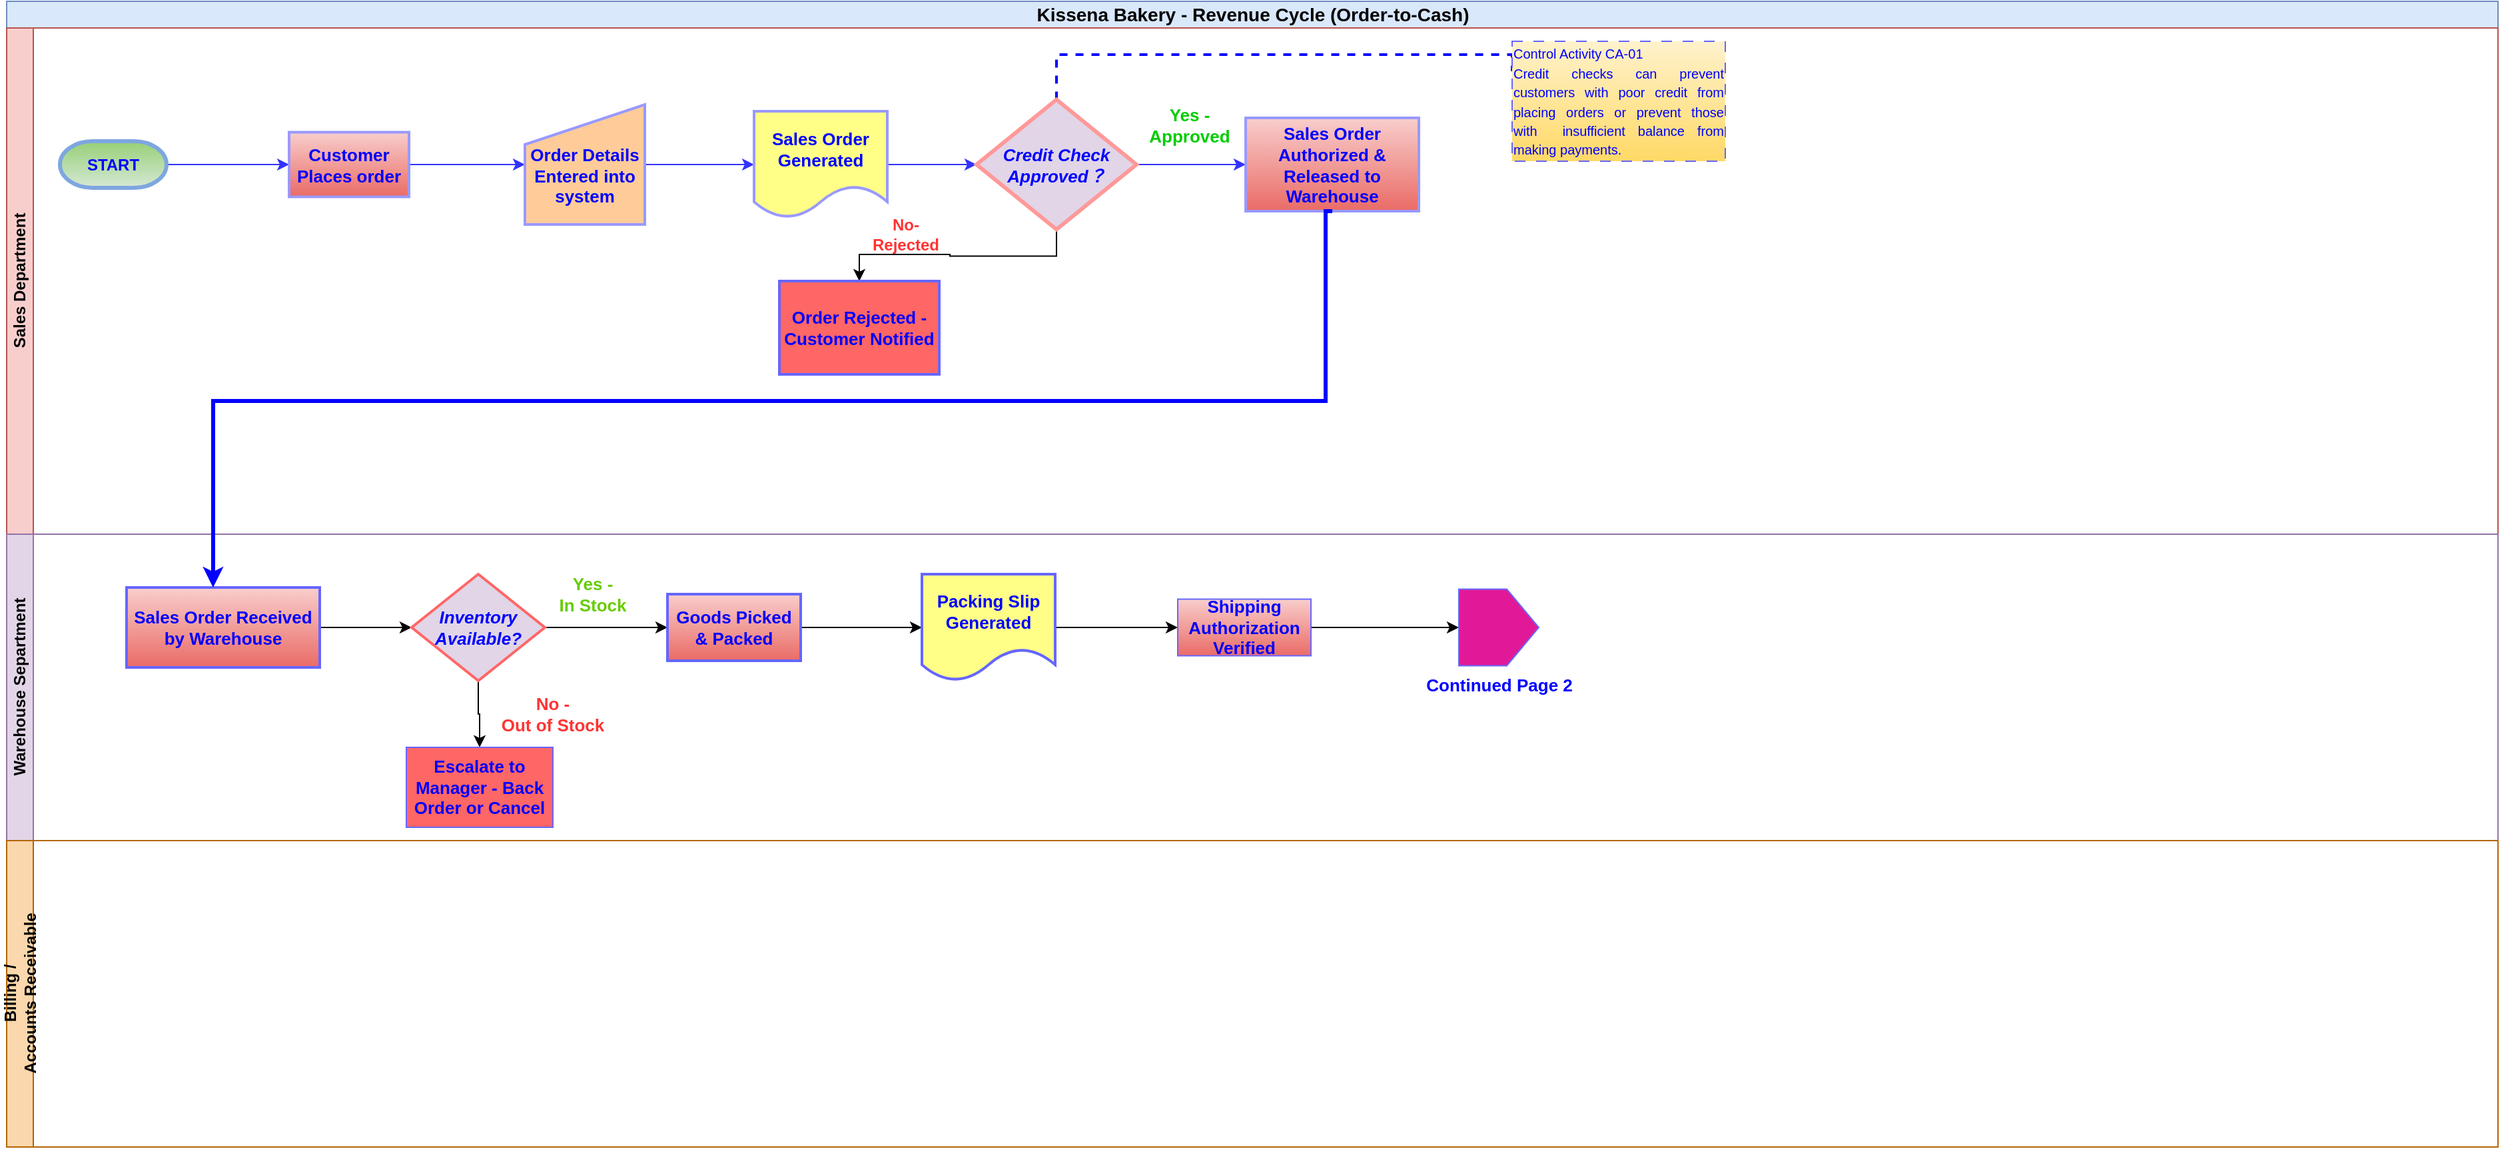
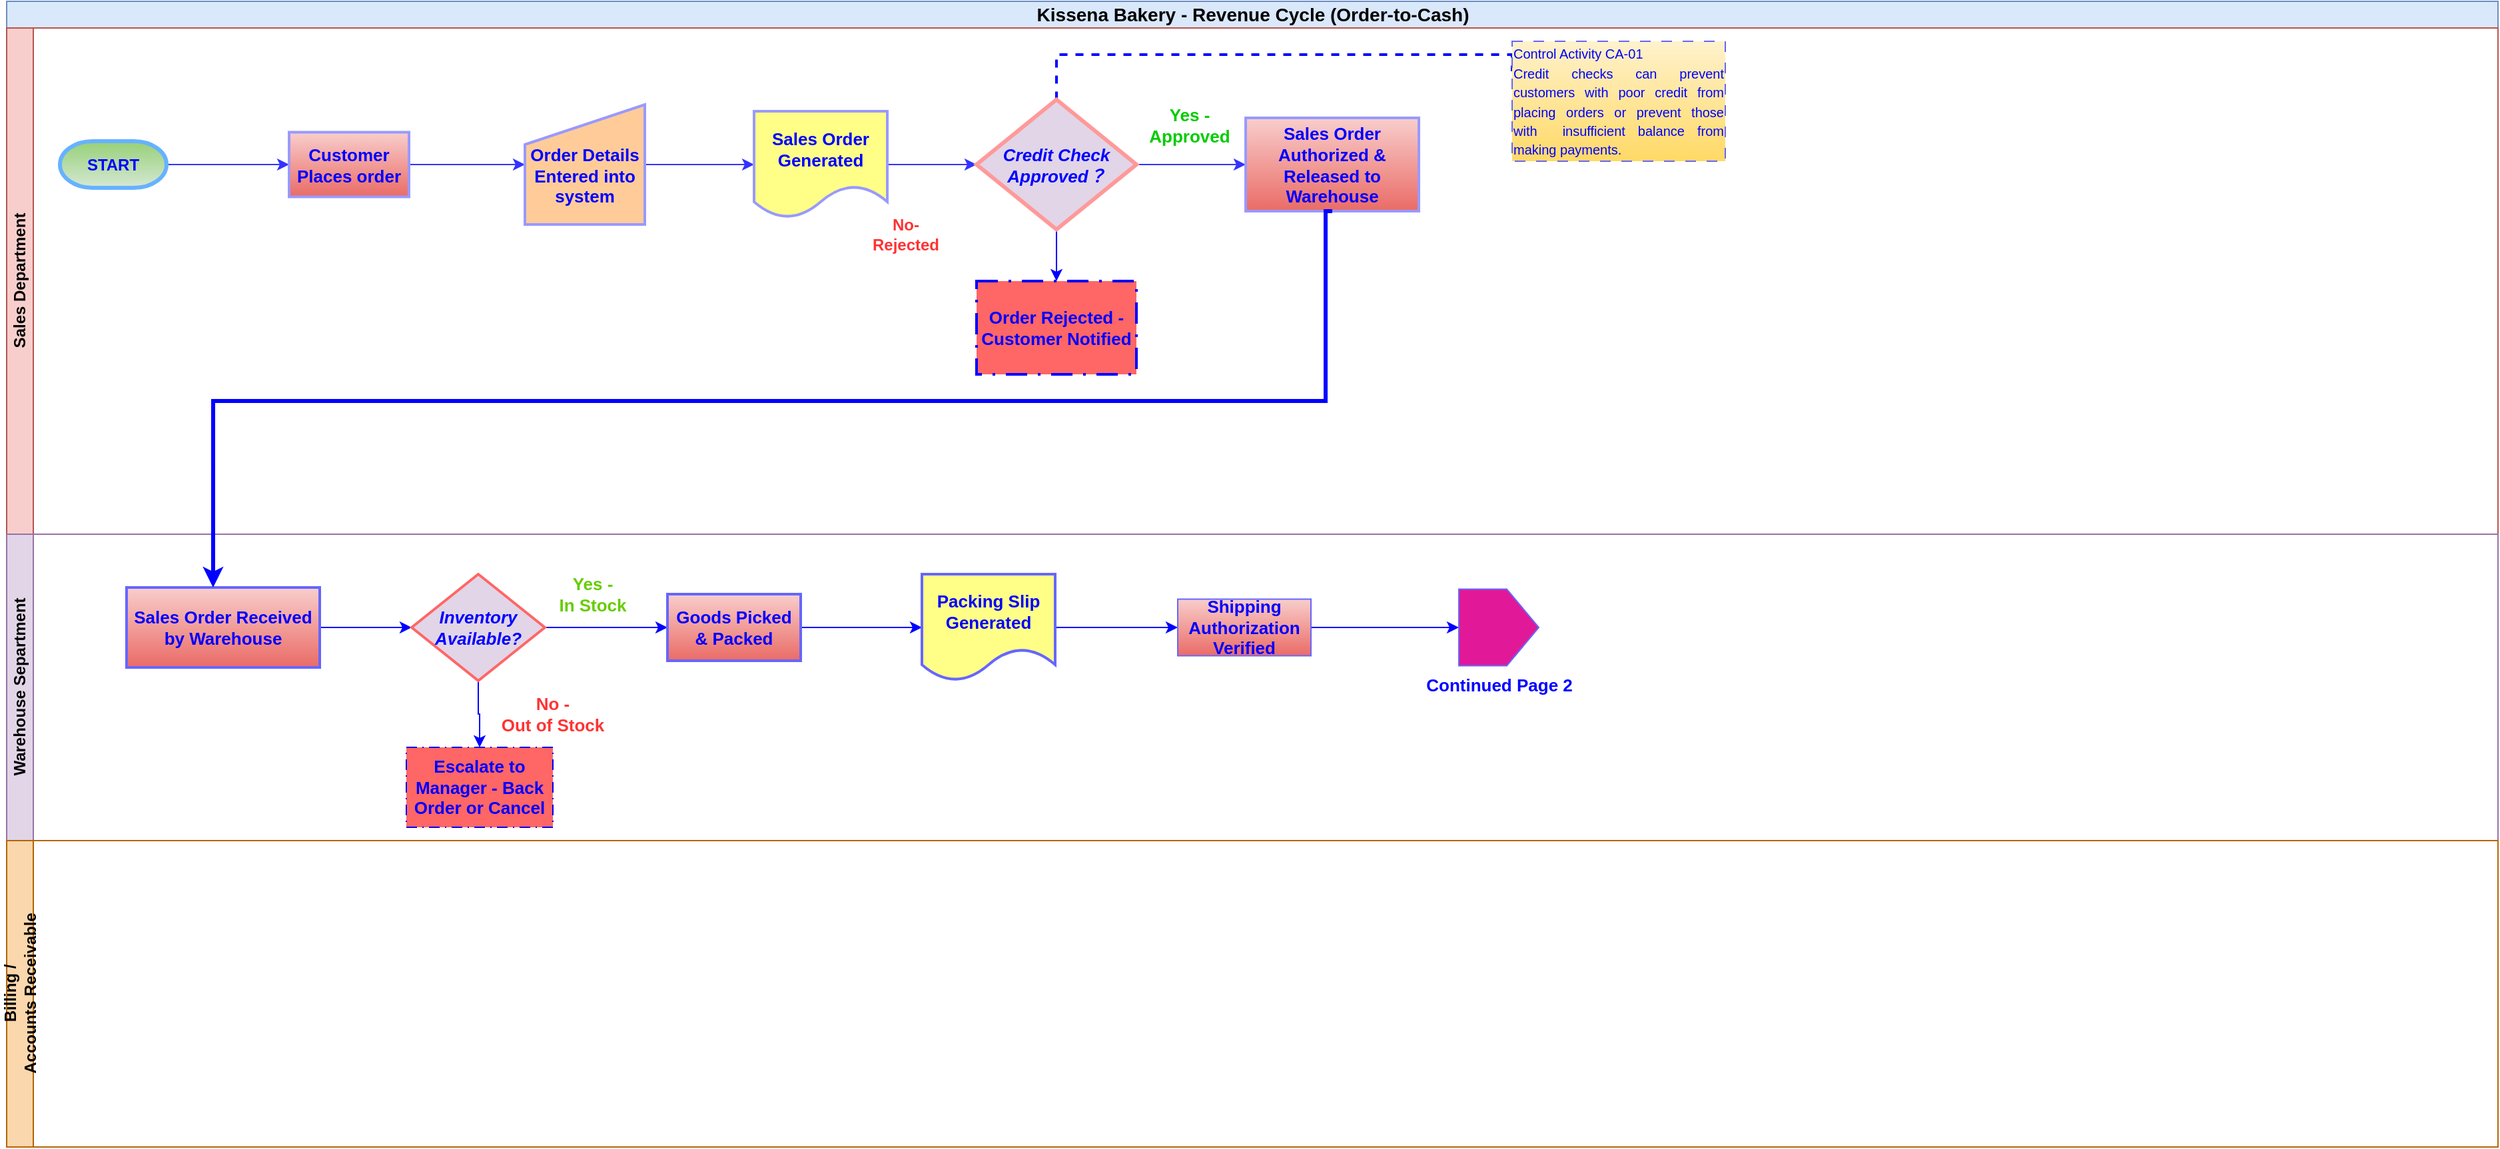
<mxfile host="app.diagrams.net" agent="Mozilla/5.0 (Windows NT 10.0; Win64; x64) AppleWebKit/537.36 (KHTML, like Gecko) Chrome/145.0.0.0 Safari/537.36" version="29.6.3" pages="2">
  <diagram name="Page-1" id="klMabU_GDppZGB9yFFRy">
-     <mxGraphModel dx="3178" dy="1143" grid="1" gridSize="10" guides="1" tooltips="1" connect="1" arrows="1" fold="1" page="1" pageScale="1" pageWidth="1100" pageHeight="850" math="0" shadow="0">
+     <mxGraphModel dx="2583" dy="929" grid="1" gridSize="10" guides="1" tooltips="1" connect="1" arrows="1" fold="1" page="1" pageScale="1" pageWidth="1100" pageHeight="850" math="0" shadow="0">
      <root>
        <mxCell id="0" />
        <mxCell id="1" parent="0" />
        <mxCell id="0vQu63eh7_hz7IOFjZfk-1" parent="1" style="swimlane;childLayout=stackLayout;resizeParent=1;resizeParentMax=0;horizontal=1;startSize=20;horizontalStack=0;html=1;fillColor=#dae8fc;strokeColor=#6c8ebf;" value="&lt;div style=&quot;text-align: start;&quot;&gt;&lt;font style=&quot;font-size: 14px;&quot;&gt;Kissena Bakery - Revenue Cycle (Order-to-Cash)&lt;/font&gt;&lt;/div&gt;" vertex="1">
          <mxGeometry height="20" width="1870" x="80" y="30" as="geometry" />
        </mxCell>
        <mxCell id="0vQu63eh7_hz7IOFjZfk-2" parent="1" style="swimlane;startSize=20;horizontal=0;html=1;fillColor=#f8cecc;strokeColor=#b85450;" value="Sales Department" vertex="1">
          <mxGeometry height="380" width="1870" x="80" y="50" as="geometry">
            <mxRectangle height="30" width="610" y="20" as="alternateBounds" />
          </mxGeometry>
        </mxCell>
        <mxCell id="0vQu63eh7_hz7IOFjZfk-43" edge="1" parent="0vQu63eh7_hz7IOFjZfk-2" source="0vQu63eh7_hz7IOFjZfk-10" style="edgeStyle=orthogonalEdgeStyle;rounded=0;orthogonalLoop=1;jettySize=auto;html=1;exitX=0;exitY=0.5;exitDx=0;exitDy=0;exitPerimeter=0;entryX=0;entryY=0.5;entryDx=0;entryDy=0;strokeColor=#3333FF;" target="0vQu63eh7_hz7IOFjZfk-15">
          <mxGeometry relative="1" as="geometry" />
        </mxCell>
-         <mxCell id="0vQu63eh7_hz7IOFjZfk-10" parent="0vQu63eh7_hz7IOFjZfk-2" style="strokeWidth=3;html=1;shape=mxgraph.flowchart.terminator;whiteSpace=wrap;direction=west;fillColor=#d5e8d4;gradientColor=#97d077;strokeColor=#7EA6E0;" value="&lt;b&gt;&lt;font style=&quot;color: rgb(0, 0, 255);&quot;&gt;START&lt;/font&gt;&lt;/b&gt;" vertex="1">
+         <mxCell id="0vQu63eh7_hz7IOFjZfk-10" parent="0vQu63eh7_hz7IOFjZfk-2" style="strokeWidth=3;html=1;shape=mxgraph.flowchart.terminator;whiteSpace=wrap;direction=west;fillColor=#d5e8d4;gradientColor=#97d077;strokeColor=#66B2FF;" value="&lt;b&gt;&lt;font style=&quot;color: rgb(0, 0, 255);&quot;&gt;START&lt;/font&gt;&lt;/b&gt;" vertex="1">
          <mxGeometry height="35" width="80" x="40" y="85" as="geometry" />
        </mxCell>
        <mxCell id="46-Umk2mzS9Czotzx1H9-2" edge="1" parent="0vQu63eh7_hz7IOFjZfk-2" source="0vQu63eh7_hz7IOFjZfk-15" style="edgeStyle=orthogonalEdgeStyle;rounded=0;orthogonalLoop=1;jettySize=auto;html=1;exitX=1;exitY=0.5;exitDx=0;exitDy=0;entryX=0;entryY=0.5;entryDx=0;entryDy=0;strokeColor=#3333FF;" target="0vQu63eh7_hz7IOFjZfk-20">
          <mxGeometry relative="1" as="geometry" />
        </mxCell>
        <mxCell id="0vQu63eh7_hz7IOFjZfk-15" parent="0vQu63eh7_hz7IOFjZfk-2" style="html=1;dashed=0;whiteSpace=wrap;strokeWidth=2;fillColor=#f8cecc;strokeColor=#9999FF;gradientColor=#ea6b66;" value="&lt;font style=&quot;font-size: 13px; color: rgb(0, 0, 255);&quot;&gt;&lt;b style=&quot;&quot;&gt;Customer Places order&lt;/b&gt;&lt;/font&gt;" vertex="1">
          <mxGeometry height="48.5" width="90" x="212" y="78.25" as="geometry" />
        </mxCell>
        <mxCell id="46-Umk2mzS9Czotzx1H9-3" edge="1" parent="0vQu63eh7_hz7IOFjZfk-2" source="0vQu63eh7_hz7IOFjZfk-20" style="edgeStyle=orthogonalEdgeStyle;rounded=0;orthogonalLoop=1;jettySize=auto;html=1;exitX=1;exitY=0.5;exitDx=0;exitDy=0;entryX=0;entryY=0.5;entryDx=0;entryDy=0;strokeColor=#3333FF;" target="0vQu63eh7_hz7IOFjZfk-30">
          <mxGeometry relative="1" as="geometry" />
        </mxCell>
        <mxCell id="0vQu63eh7_hz7IOFjZfk-20" parent="0vQu63eh7_hz7IOFjZfk-2" style="shape=manualInput;whiteSpace=wrap;html=1;align=center;fillColor=#ffcc99;strokeColor=#9999FF;strokeWidth=2;" value="&lt;div style=&quot;&quot;&gt;&lt;span style=&quot;background-color: transparent;&quot;&gt;&lt;b style=&quot;&quot;&gt;&lt;font style=&quot;font-size: 13px; color: rgb(0, 0, 255);&quot;&gt;&lt;br&gt;&lt;/font&gt;&lt;/b&gt;&lt;/span&gt;&lt;/div&gt;&lt;div style=&quot;&quot;&gt;&lt;span style=&quot;background-color: transparent;&quot;&gt;&lt;b style=&quot;&quot;&gt;&lt;font style=&quot;font-size: 13px; color: rgb(0, 0, 255);&quot;&gt;Order Details Entered into system&lt;/font&gt;&lt;/b&gt;&lt;/span&gt;&lt;/div&gt;" vertex="1">
          <mxGeometry height="90" width="90" x="389" y="57.5" as="geometry" />
        </mxCell>
        <mxCell id="0vQu63eh7_hz7IOFjZfk-35" edge="1" parent="0vQu63eh7_hz7IOFjZfk-2" style="edgeStyle=orthogonalEdgeStyle;rounded=0;orthogonalLoop=1;jettySize=auto;html=1;exitX=0;exitY=0.5;exitDx=0;exitDy=0;">
          <mxGeometry relative="1" as="geometry">
            <mxPoint x="410" y="105" as="sourcePoint" />
            <mxPoint x="410" y="105" as="targetPoint" />
          </mxGeometry>
        </mxCell>
        <mxCell id="46-Umk2mzS9Czotzx1H9-4" edge="1" parent="0vQu63eh7_hz7IOFjZfk-2" source="0vQu63eh7_hz7IOFjZfk-30" style="edgeStyle=orthogonalEdgeStyle;rounded=0;orthogonalLoop=1;jettySize=auto;html=1;exitX=1;exitY=0.5;exitDx=0;exitDy=0;entryX=0;entryY=0.5;entryDx=0;entryDy=0;strokeColor=#3333FF;" target="0vQu63eh7_hz7IOFjZfk-34">
          <mxGeometry relative="1" as="geometry" />
        </mxCell>
        <mxCell id="0vQu63eh7_hz7IOFjZfk-30" parent="0vQu63eh7_hz7IOFjZfk-2" style="shape=document;whiteSpace=wrap;html=1;boundedLbl=1;strokeWidth=2;fillColor=#ffff88;strokeColor=#9999FF;" value="&lt;font style=&quot;font-size: 13px; color: rgb(0, 0, 255);&quot;&gt;&lt;b&gt;Sales Order Generated&lt;/b&gt;&lt;/font&gt;" vertex="1">
          <mxGeometry height="80" width="100" x="561" y="62.5" as="geometry" />
        </mxCell>
        <mxCell id="pGH0SQg9JUakCyH8bkGQ-28" edge="1" parent="0vQu63eh7_hz7IOFjZfk-2" source="0vQu63eh7_hz7IOFjZfk-34" style="edgeStyle=orthogonalEdgeStyle;rounded=0;orthogonalLoop=1;jettySize=auto;html=1;exitX=0.5;exitY=0;exitDx=0;exitDy=0;entryX=0;entryY=0.25;entryDx=0;entryDy=0;endArrow=none;endFill=0;dashed=1;strokeWidth=2;strokeColor=#0000FF;" target="pGH0SQg9JUakCyH8bkGQ-23">
          <mxGeometry relative="1" as="geometry">
            <Array as="points">
              <mxPoint x="788" y="20" />
              <mxPoint x="1130" y="20" />
            </Array>
          </mxGeometry>
        </mxCell>
-         <mxCell id="DywWvH4VDf4e1SjyT3sU-2" edge="1" parent="0vQu63eh7_hz7IOFjZfk-2" source="0vQu63eh7_hz7IOFjZfk-34" style="edgeStyle=orthogonalEdgeStyle;rounded=0;orthogonalLoop=1;jettySize=auto;html=1;exitX=0.5;exitY=1;exitDx=0;exitDy=0;entryX=0.5;entryY=0;entryDx=0;entryDy=0;" target="0vQu63eh7_hz7IOFjZfk-65">
+         <mxCell id="DywWvH4VDf4e1SjyT3sU-2" edge="1" parent="0vQu63eh7_hz7IOFjZfk-2" source="0vQu63eh7_hz7IOFjZfk-34" style="edgeStyle=orthogonalEdgeStyle;rounded=0;orthogonalLoop=1;jettySize=auto;html=1;exitX=0.5;exitY=1;exitDx=0;exitDy=0;entryX=0.5;entryY=0;entryDx=0;entryDy=0;strokeColor=#0000FF;" target="0vQu63eh7_hz7IOFjZfk-65">
          <mxGeometry relative="1" as="geometry" />
        </mxCell>
        <mxCell id="46-Umk2mzS9Czotzx1H9-5" edge="1" parent="0vQu63eh7_hz7IOFjZfk-2" source="0vQu63eh7_hz7IOFjZfk-34" style="edgeStyle=orthogonalEdgeStyle;rounded=0;orthogonalLoop=1;jettySize=auto;html=1;exitX=1;exitY=0.5;exitDx=0;exitDy=0;entryX=0;entryY=0.5;entryDx=0;entryDy=0;strokeColor=#3333FF;" target="0vQu63eh7_hz7IOFjZfk-67">
          <mxGeometry relative="1" as="geometry" />
        </mxCell>
        <mxCell id="0vQu63eh7_hz7IOFjZfk-34" parent="0vQu63eh7_hz7IOFjZfk-2" style="rhombus;whiteSpace=wrap;html=1;fillColor=#e1d5e7;strokeColor=#FF9999;strokeWidth=3;" value="&lt;font style=&quot;font-size: 13px; color: rgb(0, 0, 255);&quot;&gt;&lt;b&gt;&lt;i&gt;Credit Check Approved？&lt;/i&gt;&lt;/b&gt;&lt;/font&gt;" vertex="1">
          <mxGeometry height="97.5" width="120" x="728" y="53.75" as="geometry" />
        </mxCell>
        <mxCell id="0vQu63eh7_hz7IOFjZfk-60" parent="0vQu63eh7_hz7IOFjZfk-2" style="text;html=1;whiteSpace=wrap;strokeColor=none;fillColor=none;align=center;verticalAlign=middle;rounded=0;fontColor=#00CC00;" value="&lt;font style=&quot;font-size: 13px;&quot;&gt;&lt;b style=&quot;&quot;&gt;Yes - Approved&lt;/b&gt;&lt;/font&gt;" vertex="1">
          <mxGeometry height="30" width="80" x="848" y="57.5" as="geometry" />
        </mxCell>
-         <mxCell id="0vQu63eh7_hz7IOFjZfk-65" parent="0vQu63eh7_hz7IOFjZfk-2" style="html=1;dashed=0;whiteSpace=wrap;strokeWidth=2;fillColor=light-dark(#FF6666,#FF3333);strokeColor=#6666FF;fontColor=#ffffff;fontStyle=1" value="&lt;font style=&quot;font-size: 13px; color: rgb(0, 0, 255);&quot;&gt;Order Rejected - Customer Notified&lt;/font&gt;" vertex="1">
-           <mxGeometry height="70" width="120" x="580" y="190" as="geometry" />
+         <mxCell id="0vQu63eh7_hz7IOFjZfk-65" parent="0vQu63eh7_hz7IOFjZfk-2" style="html=1;dashed=1;whiteSpace=wrap;strokeWidth=2;fillColor=light-dark(#FF6666,#FF3333);strokeColor=#0000FF;fontColor=#ffffff;fontStyle=1;dashPattern=8 4 1 4;" value="&lt;font style=&quot;font-size: 13px; color: rgb(0, 0, 255);&quot;&gt;Order Rejected - Customer Notified&lt;/font&gt;" vertex="1">
+           <mxGeometry height="70" width="120" x="728" y="190" as="geometry" />
        </mxCell>
        <mxCell id="0vQu63eh7_hz7IOFjZfk-67" parent="0vQu63eh7_hz7IOFjZfk-2" style="html=1;dashed=0;whiteSpace=wrap;fillColor=#f8cecc;gradientColor=#ea6b66;strokeColor=#9999FF;strokeWidth=2;" value="&lt;font style=&quot;font-size: 13px; color: rgb(0, 0, 255);&quot;&gt;&lt;b&gt;Sales Order Authorized &amp;amp; Released to Warehouse&lt;/b&gt;&lt;/font&gt;" vertex="1">
          <mxGeometry height="70" width="130" x="930" y="67.5" as="geometry" />
        </mxCell>
        <mxCell id="pGH0SQg9JUakCyH8bkGQ-23" parent="0vQu63eh7_hz7IOFjZfk-2" style="html=1;dashed=1;whiteSpace=wrap;dashPattern=8 8;fillColor=#fff2cc;gradientColor=#ffd966;strokeColor=light-dark(#6666FF,#6D5100);strokeWidth=1;" value="&lt;div style=&quot;text-align: justify;&quot;&gt;&lt;span style=&quot;font-size: 10px; background-color: transparent;&quot;&gt;&lt;font style=&quot;color: rgb(0, 0, 255);&quot;&gt;Control Activity&amp;nbsp;CA-01&lt;/font&gt;&lt;/span&gt;&lt;/div&gt;&lt;font style=&quot;color: rgb(0, 0, 255);&quot;&gt;&lt;div style=&quot;text-align: justify;&quot;&gt;&lt;span style=&quot;font-size: 10px; background-color: transparent;&quot;&gt;Credit checks can prevent customers with poor credit from placing orders or prevent those with&amp;nbsp; insufficient balance from making payments.&lt;/span&gt;&lt;/div&gt;&lt;/font&gt;" vertex="1">
          <mxGeometry height="90" width="160" x="1130" y="10" as="geometry" />
        </mxCell>
        <mxCell id="DywWvH4VDf4e1SjyT3sU-3" parent="0vQu63eh7_hz7IOFjZfk-2" style="text;html=1;whiteSpace=wrap;strokeColor=none;fillColor=none;align=center;verticalAlign=middle;rounded=0;fontSize=12;fontStyle=1;fontColor=#FF3333;" value="&lt;span&gt;&lt;font style=&quot;&quot;&gt;No-Rejected&lt;/font&gt;&lt;/span&gt;" vertex="1">
          <mxGeometry height="30" width="70" x="640" y="140" as="geometry" />
        </mxCell>
        <mxCell id="0vQu63eh7_hz7IOFjZfk-3" parent="1" style="swimlane;startSize=20;horizontal=0;html=1;fillColor=#e1d5e7;strokeColor=#9673a6;" value="Warehouse Separtment" vertex="1">
          <mxGeometry height="230" width="1870" x="80" y="430" as="geometry" />
        </mxCell>
-         <mxCell id="pGH0SQg9JUakCyH8bkGQ-32" edge="1" parent="0vQu63eh7_hz7IOFjZfk-3" source="0vQu63eh7_hz7IOFjZfk-73" style="edgeStyle=orthogonalEdgeStyle;rounded=0;orthogonalLoop=1;jettySize=auto;html=1;exitX=1;exitY=0.5;exitDx=0;exitDy=0;entryX=0;entryY=0.5;entryDx=0;entryDy=0;" target="0vQu63eh7_hz7IOFjZfk-92">
+         <mxCell id="pGH0SQg9JUakCyH8bkGQ-32" edge="1" parent="0vQu63eh7_hz7IOFjZfk-3" source="0vQu63eh7_hz7IOFjZfk-73" style="edgeStyle=orthogonalEdgeStyle;rounded=0;orthogonalLoop=1;jettySize=auto;html=1;exitX=1;exitY=0.5;exitDx=0;exitDy=0;entryX=0;entryY=0.5;entryDx=0;entryDy=0;strokeColor=#0000FF;" target="0vQu63eh7_hz7IOFjZfk-92">
          <mxGeometry relative="1" as="geometry" />
        </mxCell>
        <mxCell id="0vQu63eh7_hz7IOFjZfk-73" parent="0vQu63eh7_hz7IOFjZfk-3" style="html=1;dashed=0;whiteSpace=wrap;fillColor=#f8cecc;gradientColor=#ea6b66;strokeColor=#6666FF;strokeWidth=2;" value="&lt;font style=&quot;font-size: 13px; color: rgb(0, 0, 255);&quot;&gt;&lt;b&gt;Sales Order Received by Warehouse&lt;/b&gt;&lt;/font&gt;" vertex="1">
          <mxGeometry height="60" width="145" x="90" y="40" as="geometry" />
        </mxCell>
-         <mxCell id="pGH0SQg9JUakCyH8bkGQ-31" edge="1" parent="0vQu63eh7_hz7IOFjZfk-3" source="0vQu63eh7_hz7IOFjZfk-92" style="edgeStyle=orthogonalEdgeStyle;rounded=0;orthogonalLoop=1;jettySize=auto;html=1;exitX=1;exitY=0.5;exitDx=0;exitDy=0;entryX=0;entryY=0.5;entryDx=0;entryDy=0;" target="0vQu63eh7_hz7IOFjZfk-106">
-           <mxGeometry relative="1" as="geometry" />
-         </mxCell>
-         <mxCell id="pGH0SQg9JUakCyH8bkGQ-34" edge="1" parent="0vQu63eh7_hz7IOFjZfk-3" source="0vQu63eh7_hz7IOFjZfk-92" style="edgeStyle=orthogonalEdgeStyle;rounded=0;orthogonalLoop=1;jettySize=auto;html=1;exitX=0.5;exitY=1;exitDx=0;exitDy=0;entryX=0.5;entryY=0;entryDx=0;entryDy=0;" target="0vQu63eh7_hz7IOFjZfk-96">
+         <mxCell id="pGH0SQg9JUakCyH8bkGQ-31" edge="1" parent="0vQu63eh7_hz7IOFjZfk-3" source="0vQu63eh7_hz7IOFjZfk-92" style="edgeStyle=orthogonalEdgeStyle;rounded=0;orthogonalLoop=1;jettySize=auto;html=1;exitX=1;exitY=0.5;exitDx=0;exitDy=0;entryX=0;entryY=0.5;entryDx=0;entryDy=0;strokeColor=#0000FF;" target="0vQu63eh7_hz7IOFjZfk-106">
+           <mxGeometry relative="1" as="geometry" />
+         </mxCell>
+         <mxCell id="pGH0SQg9JUakCyH8bkGQ-34" edge="1" parent="0vQu63eh7_hz7IOFjZfk-3" source="0vQu63eh7_hz7IOFjZfk-92" style="edgeStyle=orthogonalEdgeStyle;rounded=0;orthogonalLoop=1;jettySize=auto;html=1;exitX=0.5;exitY=1;exitDx=0;exitDy=0;entryX=0.5;entryY=0;entryDx=0;entryDy=0;strokeColor=#0000FF;" target="0vQu63eh7_hz7IOFjZfk-96">
          <mxGeometry relative="1" as="geometry" />
        </mxCell>
        <mxCell id="0vQu63eh7_hz7IOFjZfk-92" parent="0vQu63eh7_hz7IOFjZfk-3" style="rhombus;whiteSpace=wrap;html=1;fillColor=#e1d5e7;strokeColor=light-dark(#FF6666,#FF3333);strokeWidth=2;" value="&lt;font style=&quot;font-size: 13px; color: rgb(0, 0, 255);&quot;&gt;&lt;b&gt;&lt;i&gt;Inventory Available?&lt;/i&gt;&lt;/b&gt;&lt;/font&gt;" vertex="1">
          <mxGeometry height="80" width="100" x="304" y="30" as="geometry" />
        </mxCell>
-         <mxCell id="0vQu63eh7_hz7IOFjZfk-96" parent="0vQu63eh7_hz7IOFjZfk-3" style="html=1;dashed=0;whiteSpace=wrap;fillColor=#FF6666;strokeColor=#6666FF;fontColor=#ffffff;" value="&lt;b&gt;&lt;font style=&quot;font-size: 13px; color: rgb(0, 0, 255);&quot;&gt;Escalate to Manager - Back Order or Cancel&lt;/font&gt;&lt;/b&gt;" vertex="1">
+         <mxCell id="0vQu63eh7_hz7IOFjZfk-96" parent="0vQu63eh7_hz7IOFjZfk-3" style="html=1;dashed=1;whiteSpace=wrap;fillColor=#FF6666;strokeColor=#0000FF;fontColor=#ffffff;dashPattern=8 4 1 4;" value="&lt;b&gt;&lt;font style=&quot;font-size: 13px; color: rgb(0, 0, 255);&quot;&gt;Escalate to Manager - Back Order or Cancel&lt;/font&gt;&lt;/b&gt;" vertex="1">
          <mxGeometry height="60" width="110" x="300" y="160" as="geometry" />
        </mxCell>
-         <mxCell id="46-Umk2mzS9Czotzx1H9-6" edge="1" parent="0vQu63eh7_hz7IOFjZfk-3" source="0vQu63eh7_hz7IOFjZfk-106" style="edgeStyle=orthogonalEdgeStyle;rounded=0;orthogonalLoop=1;jettySize=auto;html=1;exitX=1;exitY=0.5;exitDx=0;exitDy=0;entryX=0;entryY=0.5;entryDx=0;entryDy=0;" target="0vQu63eh7_hz7IOFjZfk-110">
+         <mxCell id="46-Umk2mzS9Czotzx1H9-6" edge="1" parent="0vQu63eh7_hz7IOFjZfk-3" source="0vQu63eh7_hz7IOFjZfk-106" style="edgeStyle=orthogonalEdgeStyle;rounded=0;orthogonalLoop=1;jettySize=auto;html=1;exitX=1;exitY=0.5;exitDx=0;exitDy=0;entryX=0;entryY=0.5;entryDx=0;entryDy=0;strokeColor=#0000FF;" target="0vQu63eh7_hz7IOFjZfk-110">
          <mxGeometry relative="1" as="geometry" />
        </mxCell>
        <mxCell id="0vQu63eh7_hz7IOFjZfk-106" parent="0vQu63eh7_hz7IOFjZfk-3" style="html=1;dashed=0;whiteSpace=wrap;strokeWidth=2;fillColor=#f8cecc;gradientColor=#ea6b66;strokeColor=#6666FF;" value="&lt;font style=&quot;font-size: 13px; color: rgb(0, 0, 255);&quot;&gt;&lt;b&gt;Goods Picked &amp;amp; Packed&lt;/b&gt;&lt;/font&gt;" vertex="1">
          <mxGeometry height="50" width="100" x="496" y="45" as="geometry" />
        </mxCell>
-         <mxCell id="46-Umk2mzS9Czotzx1H9-8" edge="1" parent="0vQu63eh7_hz7IOFjZfk-3" source="0vQu63eh7_hz7IOFjZfk-110" style="edgeStyle=orthogonalEdgeStyle;rounded=0;orthogonalLoop=1;jettySize=auto;html=1;exitX=1;exitY=0.5;exitDx=0;exitDy=0;entryX=0;entryY=0.5;entryDx=0;entryDy=0;" target="0vQu63eh7_hz7IOFjZfk-112">
+         <mxCell id="46-Umk2mzS9Czotzx1H9-8" edge="1" parent="0vQu63eh7_hz7IOFjZfk-3" source="0vQu63eh7_hz7IOFjZfk-110" style="edgeStyle=orthogonalEdgeStyle;rounded=0;orthogonalLoop=1;jettySize=auto;html=1;exitX=1;exitY=0.5;exitDx=0;exitDy=0;entryX=0;entryY=0.5;entryDx=0;entryDy=0;strokeColor=#0000FF;" target="0vQu63eh7_hz7IOFjZfk-112">
          <mxGeometry relative="1" as="geometry" />
        </mxCell>
        <mxCell id="0vQu63eh7_hz7IOFjZfk-110" parent="0vQu63eh7_hz7IOFjZfk-3" style="shape=document;whiteSpace=wrap;html=1;boundedLbl=1;strokeWidth=2;fillColor=#ffff88;strokeColor=#6666FF;" value="&lt;font style=&quot;font-size: 13px; color: rgb(0, 0, 255);&quot;&gt;&lt;b&gt;Packing Slip Generated&lt;/b&gt;&lt;/font&gt;" vertex="1">
          <mxGeometry height="80" width="100" x="687" y="30" as="geometry" />
        </mxCell>
-         <mxCell id="46-Umk2mzS9Czotzx1H9-9" edge="1" parent="0vQu63eh7_hz7IOFjZfk-3" source="0vQu63eh7_hz7IOFjZfk-112" style="edgeStyle=orthogonalEdgeStyle;rounded=0;orthogonalLoop=1;jettySize=auto;html=1;exitX=1;exitY=0.5;exitDx=0;exitDy=0;entryX=0.5;entryY=0;entryDx=0;entryDy=0;" target="0vQu63eh7_hz7IOFjZfk-126">
+         <mxCell id="46-Umk2mzS9Czotzx1H9-9" edge="1" parent="0vQu63eh7_hz7IOFjZfk-3" source="0vQu63eh7_hz7IOFjZfk-112" style="edgeStyle=orthogonalEdgeStyle;rounded=0;orthogonalLoop=1;jettySize=auto;html=1;exitX=1;exitY=0.5;exitDx=0;exitDy=0;entryX=0.5;entryY=0;entryDx=0;entryDy=0;strokeColor=#0000FF;" target="0vQu63eh7_hz7IOFjZfk-126">
          <mxGeometry relative="1" as="geometry" />
        </mxCell>
        <mxCell id="0vQu63eh7_hz7IOFjZfk-112" parent="0vQu63eh7_hz7IOFjZfk-3" style="html=1;dashed=0;whiteSpace=wrap;strokeColor=#6666FF;fillColor=#f8cecc;gradientColor=#ea6b66;fontStyle=1" value="&lt;font style=&quot;font-size: 13px; color: rgb(0, 0, 255);&quot;&gt;Shipping Authorization Verified&lt;/font&gt;" vertex="1">
          <mxGeometry height="42.5" width="100" x="879" y="48.75" as="geometry" />
        </mxCell>
        <mxCell id="0vQu63eh7_hz7IOFjZfk-98" parent="0vQu63eh7_hz7IOFjZfk-3" style="text;html=1;whiteSpace=wrap;strokeColor=none;fillColor=none;align=center;verticalAlign=middle;rounded=0;fontColor=#FF3333;" value="&lt;font style=&quot;font-size: 13px;&quot;&gt;&lt;b&gt;No - &lt;br&gt;Out of Stock&lt;/b&gt;&lt;/font&gt;" vertex="1">
          <mxGeometry height="30" width="80" x="370" y="120" as="geometry" />
        </mxCell>
        <mxCell id="0vQu63eh7_hz7IOFjZfk-126" parent="0vQu63eh7_hz7IOFjZfk-3" style="verticalLabelPosition=bottom;verticalAlign=top;html=1;shape=offPageConnector;rounded=0;size=0.4;fillColor=light-dark(#e11998, #ededed);direction=north;strokeColor=#6666FF;" value="&lt;font style=&quot;font-size: 13px; color: rgb(0, 0, 255);&quot;&gt;&lt;b&gt;Continued Page 2&lt;/b&gt;&lt;/font&gt;" vertex="1">
          <mxGeometry height="57.5" width="60" x="1090" y="41.25" as="geometry" />
        </mxCell>
        <mxCell id="0vQu63eh7_hz7IOFjZfk-86" edge="1" parent="1" source="0vQu63eh7_hz7IOFjZfk-67" style="edgeStyle=orthogonalEdgeStyle;rounded=0;orthogonalLoop=1;jettySize=auto;html=1;exitX=0.5;exitY=1;exitDx=0;exitDy=0;entryX=0.448;entryY=0;entryDx=0;entryDy=0;entryPerimeter=0;fontColor=#0000CC;strokeColor=#0000FF;strokeWidth=3;" target="0vQu63eh7_hz7IOFjZfk-73">
          <mxGeometry relative="1" as="geometry">
            <Array as="points">
              <mxPoint x="1070" y="187" />
              <mxPoint x="1070" y="330" />
              <mxPoint x="235" y="330" />
            </Array>
          </mxGeometry>
        </mxCell>
        <mxCell id="0vQu63eh7_hz7IOFjZfk-4" parent="1" style="swimlane;startSize=20;horizontal=0;html=1;fillColor=#fad7ac;strokeColor=#b46504;" value="Billing /&lt;br&gt;Accounts Receivable" vertex="1">
          <mxGeometry height="230" width="1870" x="80" y="660" as="geometry">
            <mxRectangle height="30" width="500" y="310" as="alternateBounds" />
          </mxGeometry>
        </mxCell>
        <mxCell id="46-Umk2mzS9Czotzx1H9-12" parent="1" style="text;html=1;whiteSpace=wrap;strokeColor=none;fillColor=none;align=center;verticalAlign=middle;rounded=0;" value="&lt;b style=&quot;color: rgb(102, 204, 0);&quot;&gt;&lt;font style=&quot;font-size: 13px;&quot;&gt;Yes -&lt;br&gt;In Stock&lt;/font&gt;&lt;/b&gt;" vertex="1">
          <mxGeometry height="30" width="80" x="480" y="460" as="geometry" />
        </mxCell>
      </root>
    </mxGraphModel>
  </diagram>
  <diagram id="ZDdy4ylPSpOC2Ge6VpiW" name="Page-2">
-     <mxGraphModel dx="2066" dy="743" grid="1" gridSize="10" guides="1" tooltips="1" connect="1" arrows="1" fold="1" page="1" pageScale="1" pageWidth="1100" pageHeight="850" math="0" shadow="0">
+     <mxGraphModel dx="1103" dy="690" grid="1" gridSize="10" guides="1" tooltips="1" connect="1" arrows="1" fold="1" page="1" pageScale="1" pageWidth="1100" pageHeight="850" math="0" shadow="0">
      <root>
        <mxCell id="0" />
        <mxCell id="1" parent="0" />
        <mxCell id="_GW_QHAqRueJzuYdTQVs-1" parent="1" style="swimlane;startSize=20;horizontal=0;html=1;fillColor=#e1d5e7;strokeColor=#9673a6;" value="Warehouse Separtment" vertex="1">
-           <mxGeometry height="270" width="1330" x="170" y="150" as="geometry" />
-         </mxCell>
-         <mxCell id="NPzT6j0T7aDQ1cg_r_by-1" edge="1" parent="_GW_QHAqRueJzuYdTQVs-1" source="_GW_QHAqRueJzuYdTQVs-14" style="edgeStyle=orthogonalEdgeStyle;rounded=0;orthogonalLoop=1;jettySize=auto;html=1;exitX=0.5;exitY=1;exitDx=0;exitDy=0;entryX=0;entryY=0.5;entryDx=0;entryDy=0;" target="JTW380UVqBL9k5zzlviH-1">
-           <mxGeometry relative="1" as="geometry" />
-         </mxCell>
-         <mxCell id="_GW_QHAqRueJzuYdTQVs-14" parent="_GW_QHAqRueJzuYdTQVs-1" style="verticalLabelPosition=bottom;verticalAlign=top;html=1;shape=offPageConnector;rounded=0;size=0.36363636363636365;fillColor=light-dark(#e11998, #ededed);direction=north;" value="&lt;font style=&quot;font-size: 13px;&quot;&gt;&lt;b&gt;Continued Page 2&lt;/b&gt;&lt;/font&gt;" vertex="1">
+           <mxGeometry height="270" width="1330" x="110" y="150" as="geometry" />
+         </mxCell>
+         <mxCell id="NPzT6j0T7aDQ1cg_r_by-1" edge="1" parent="_GW_QHAqRueJzuYdTQVs-1" source="_GW_QHAqRueJzuYdTQVs-14" style="edgeStyle=orthogonalEdgeStyle;rounded=0;orthogonalLoop=1;jettySize=auto;html=1;exitX=0.5;exitY=1;exitDx=0;exitDy=0;entryX=0;entryY=0.5;entryDx=0;entryDy=0;strokeColor=#0000FF;" target="JTW380UVqBL9k5zzlviH-1">
+           <mxGeometry relative="1" as="geometry" />
+         </mxCell>
+         <mxCell id="_GW_QHAqRueJzuYdTQVs-14" parent="_GW_QHAqRueJzuYdTQVs-1" style="verticalLabelPosition=bottom;verticalAlign=top;html=1;shape=offPageConnector;rounded=0;size=0.36363636363636365;fillColor=light-dark(#e11998, #ededed);direction=north;strokeColor=#6666FF;" value="&lt;font style=&quot;font-size: 13px; color: rgb(0, 0, 255);&quot;&gt;&lt;b&gt;Continued Page 2&lt;/b&gt;&lt;/font&gt;" vertex="1">
          <mxGeometry height="60" width="70" x="70" y="70" as="geometry" />
        </mxCell>
-         <mxCell id="JTW380UVqBL9k5zzlviH-1" parent="_GW_QHAqRueJzuYdTQVs-1" style="html=1;dashed=0;whiteSpace=wrap;fillColor=#f8cecc;gradientColor=#ea6b66;strokeColor=#b85450;" value="&lt;font style=&quot;font-size: 13px;&quot;&gt;&lt;b&gt;Goods Dispatched to Customer&lt;/b&gt;&lt;/font&gt;" vertex="1">
+         <mxCell id="JTW380UVqBL9k5zzlviH-1" parent="_GW_QHAqRueJzuYdTQVs-1" style="html=1;dashed=0;whiteSpace=wrap;fillColor=#f8cecc;gradientColor=#ea6b66;strokeColor=#6666FF;" value="&lt;font style=&quot;font-size: 13px; color: rgb(0, 0, 255);&quot;&gt;&lt;b&gt;Goods Dispatched to Customer&lt;/b&gt;&lt;/font&gt;" vertex="1">
          <mxGeometry height="50" width="100" x="220" y="75" as="geometry" />
        </mxCell>
        <mxCell id="VSqCA1LAcqbEIX1a-AIG-1" parent="1" style="swimlane;startSize=20;horizontal=0;html=1;whiteSpace=wrap;fillColor=#ffcc99;strokeColor=#36393d;" value="&lt;span style=&quot;text-wrap-mode: nowrap;&quot;&gt;Billing /&lt;/span&gt;&lt;br style=&quot;text-wrap-mode: nowrap;&quot;&gt;&lt;span style=&quot;text-wrap-mode: nowrap;&quot;&gt;Accounts Receivable&lt;/span&gt;" vertex="1">
-           <mxGeometry height="170" width="1330" x="170" y="420" as="geometry" />
-         </mxCell>
-         <mxCell id="2IOCe_ZcG10jMQKezpJ2-1" parent="VSqCA1LAcqbEIX1a-AIG-1" style="html=1;dashed=0;whiteSpace=wrap;strokeWidth=2;fillColor=#f8cecc;gradientColor=#ea6b66;strokeColor=#b85450;" value="&lt;b&gt;&lt;font style=&quot;font-size: 13px;&quot;&gt;Dispatch Confirmation Received&lt;/font&gt;&lt;/b&gt;" vertex="1">
+           <mxGeometry height="170" width="1330" x="110" y="420" as="geometry" />
+         </mxCell>
+         <mxCell id="2IOCe_ZcG10jMQKezpJ2-1" parent="VSqCA1LAcqbEIX1a-AIG-1" style="html=1;dashed=0;whiteSpace=wrap;strokeWidth=2;fillColor=#f8cecc;gradientColor=#ea6b66;strokeColor=#6666FF;" value="&lt;b&gt;&lt;font style=&quot;font-size: 13px; color: rgb(0, 0, 255);&quot;&gt;Dispatch Confirmation Received&lt;/font&gt;&lt;/b&gt;" vertex="1">
          <mxGeometry height="50" width="100" x="50" y="50" as="geometry" />
        </mxCell>
-         <mxCell id="2IOCe_ZcG10jMQKezpJ2-2" parent="VSqCA1LAcqbEIX1a-AIG-1" style="shape=document;whiteSpace=wrap;html=1;boundedLbl=1;fillColor=#ffff88;strokeColor=#36393d;strokeWidth=2;" value="&lt;font style=&quot;font-size: 13px;&quot;&gt;&lt;b&gt;Invoice Generated &amp;amp; Sent to Customer&lt;/b&gt;&lt;/font&gt;" vertex="1">
+         <mxCell id="2IOCe_ZcG10jMQKezpJ2-2" parent="VSqCA1LAcqbEIX1a-AIG-1" style="shape=document;whiteSpace=wrap;html=1;boundedLbl=1;fillColor=#ffff88;strokeColor=#6666FF;strokeWidth=2;" value="&lt;font style=&quot;font-size: 13px; color: rgb(0, 0, 255);&quot;&gt;&lt;b&gt;Invoice Generated &amp;amp; Sent to Customer&lt;/b&gt;&lt;/font&gt;" vertex="1">
          <mxGeometry height="80" width="120" x="220" y="40" as="geometry" />
        </mxCell>
-         <mxCell id="dAGMuh-EUK1Y8pTE6-PC-1" edge="1" parent="VSqCA1LAcqbEIX1a-AIG-1" source="2IOCe_ZcG10jMQKezpJ2-1" style="edgeStyle=orthogonalEdgeStyle;rounded=0;orthogonalLoop=1;jettySize=auto;html=1;exitX=1;exitY=0.5;exitDx=0;exitDy=0;entryX=0.083;entryY=0.438;entryDx=0;entryDy=0;entryPerimeter=0;" target="2IOCe_ZcG10jMQKezpJ2-2">
-           <mxGeometry relative="1" as="geometry" />
-         </mxCell>
-         <mxCell id="NPzT6j0T7aDQ1cg_r_by-2" edge="1" parent="VSqCA1LAcqbEIX1a-AIG-1" source="dAGMuh-EUK1Y8pTE6-PC-2" style="edgeStyle=orthogonalEdgeStyle;rounded=0;orthogonalLoop=1;jettySize=auto;html=1;exitX=1;exitY=0.5;exitDx=0;exitDy=0;entryX=0;entryY=0.5;entryDx=0;entryDy=0;" target="dAGMuh-EUK1Y8pTE6-PC-4">
-           <mxGeometry relative="1" as="geometry" />
-         </mxCell>
-         <mxCell id="dAGMuh-EUK1Y8pTE6-PC-2" parent="VSqCA1LAcqbEIX1a-AIG-1" style="html=1;dashed=0;whiteSpace=wrap;strokeWidth=2;fillColor=#f8cecc;gradientColor=#ea6b66;strokeColor=#b85450;" value="&lt;b&gt;&lt;font style=&quot;font-size: 13px;&quot;&gt;Payment Received from Customer&lt;/font&gt;&lt;/b&gt;" vertex="1">
+         <mxCell id="dAGMuh-EUK1Y8pTE6-PC-1" edge="1" parent="VSqCA1LAcqbEIX1a-AIG-1" source="2IOCe_ZcG10jMQKezpJ2-1" style="edgeStyle=orthogonalEdgeStyle;rounded=0;orthogonalLoop=1;jettySize=auto;html=1;exitX=1;exitY=0.5;exitDx=0;exitDy=0;entryX=0.083;entryY=0.438;entryDx=0;entryDy=0;entryPerimeter=0;strokeColor=#0000FF;" target="2IOCe_ZcG10jMQKezpJ2-2">
+           <mxGeometry relative="1" as="geometry" />
+         </mxCell>
+         <mxCell id="NPzT6j0T7aDQ1cg_r_by-2" edge="1" parent="VSqCA1LAcqbEIX1a-AIG-1" source="dAGMuh-EUK1Y8pTE6-PC-2" style="edgeStyle=orthogonalEdgeStyle;rounded=0;orthogonalLoop=1;jettySize=auto;html=1;exitX=1;exitY=0.5;exitDx=0;exitDy=0;entryX=0;entryY=0.5;entryDx=0;entryDy=0;strokeColor=#0000FF;" target="dAGMuh-EUK1Y8pTE6-PC-4">
+           <mxGeometry relative="1" as="geometry" />
+         </mxCell>
+         <mxCell id="dAGMuh-EUK1Y8pTE6-PC-2" parent="VSqCA1LAcqbEIX1a-AIG-1" style="html=1;dashed=0;whiteSpace=wrap;strokeWidth=2;fillColor=#f8cecc;gradientColor=#ea6b66;strokeColor=#6666FF;" value="&lt;b&gt;&lt;font style=&quot;font-size: 13px; color: rgb(0, 0, 255);&quot;&gt;Payment Received from Customer&lt;/font&gt;&lt;/b&gt;" vertex="1">
          <mxGeometry height="50" width="110" x="420" y="50" as="geometry" />
        </mxCell>
-         <mxCell id="dAGMuh-EUK1Y8pTE6-PC-3" edge="1" parent="VSqCA1LAcqbEIX1a-AIG-1" source="2IOCe_ZcG10jMQKezpJ2-2" style="edgeStyle=orthogonalEdgeStyle;rounded=0;orthogonalLoop=1;jettySize=auto;html=1;exitX=1;exitY=0.5;exitDx=0;exitDy=0;entryX=0.1;entryY=0.6;entryDx=0;entryDy=0;entryPerimeter=0;" target="dAGMuh-EUK1Y8pTE6-PC-2">
-           <mxGeometry relative="1" as="geometry" />
-         </mxCell>
-         <mxCell id="NPzT6j0T7aDQ1cg_r_by-4" edge="1" parent="VSqCA1LAcqbEIX1a-AIG-1" source="dAGMuh-EUK1Y8pTE6-PC-4" style="edgeStyle=orthogonalEdgeStyle;rounded=0;orthogonalLoop=1;jettySize=auto;html=1;exitX=1;exitY=0.5;exitDx=0;exitDy=0;entryX=0;entryY=0.5;entryDx=0;entryDy=0;" target="dAGMuh-EUK1Y8pTE6-PC-6">
-           <mxGeometry relative="1" as="geometry" />
-         </mxCell>
-         <mxCell id="dAGMuh-EUK1Y8pTE6-PC-4" parent="VSqCA1LAcqbEIX1a-AIG-1" style="shape=document;whiteSpace=wrap;html=1;boundedLbl=1;fillColor=#ffff88;strokeColor=#36393d;strokeWidth=2;" value="&lt;font style=&quot;font-size: 13px;&quot;&gt;&lt;b&gt;Remittance Advice Recorded&lt;/b&gt;&lt;/font&gt;" vertex="1">
+         <mxCell id="dAGMuh-EUK1Y8pTE6-PC-3" edge="1" parent="VSqCA1LAcqbEIX1a-AIG-1" source="2IOCe_ZcG10jMQKezpJ2-2" style="edgeStyle=orthogonalEdgeStyle;rounded=0;orthogonalLoop=1;jettySize=auto;html=1;exitX=1;exitY=0.5;exitDx=0;exitDy=0;entryX=0.1;entryY=0.6;entryDx=0;entryDy=0;entryPerimeter=0;strokeColor=#0000FF;" target="dAGMuh-EUK1Y8pTE6-PC-2">
+           <mxGeometry relative="1" as="geometry" />
+         </mxCell>
+         <mxCell id="NPzT6j0T7aDQ1cg_r_by-4" edge="1" parent="VSqCA1LAcqbEIX1a-AIG-1" source="dAGMuh-EUK1Y8pTE6-PC-4" style="edgeStyle=orthogonalEdgeStyle;rounded=0;orthogonalLoop=1;jettySize=auto;html=1;exitX=1;exitY=0.5;exitDx=0;exitDy=0;entryX=0;entryY=0.5;entryDx=0;entryDy=0;strokeColor=#0000FF;" target="dAGMuh-EUK1Y8pTE6-PC-6">
+           <mxGeometry relative="1" as="geometry" />
+         </mxCell>
+         <mxCell id="dAGMuh-EUK1Y8pTE6-PC-4" parent="VSqCA1LAcqbEIX1a-AIG-1" style="shape=document;whiteSpace=wrap;html=1;boundedLbl=1;fillColor=#ffff88;strokeColor=#6666FF;strokeWidth=2;" value="&lt;font style=&quot;font-size: 13px; color: rgb(0, 0, 255);&quot;&gt;&lt;b&gt;Remittance Advice Recorded&lt;/b&gt;&lt;/font&gt;" vertex="1">
          <mxGeometry height="75" width="110" x="610" y="37.5" as="geometry" />
        </mxCell>
-         <mxCell id="dAGMuh-EUK1Y8pTE6-PC-6" parent="VSqCA1LAcqbEIX1a-AIG-1" style="html=1;dashed=0;whiteSpace=wrap;strokeWidth=2;fillColor=#f8cecc;gradientColor=#ea6b66;strokeColor=#b85450;" value="&lt;b&gt;&lt;font style=&quot;font-size: 13px;&quot;&gt;Cash Posted to Accounts Receivable&lt;/font&gt;&lt;/b&gt;" vertex="1">
+         <mxCell id="dAGMuh-EUK1Y8pTE6-PC-6" parent="VSqCA1LAcqbEIX1a-AIG-1" style="html=1;dashed=0;whiteSpace=wrap;strokeWidth=2;fillColor=#f8cecc;gradientColor=#ea6b66;strokeColor=#6666FF;" value="&lt;b&gt;&lt;font style=&quot;font-size: 13px; color: rgb(0, 0, 255);&quot;&gt;Cash Posted to Accounts Receivable&lt;/font&gt;&lt;/b&gt;" vertex="1">
          <mxGeometry height="50" width="110" x="800" y="50" as="geometry" />
        </mxCell>
-         <mxCell id="dAGMuh-EUK1Y8pTE6-PC-8" parent="VSqCA1LAcqbEIX1a-AIG-1" style="strokeWidth=2;html=1;shape=mxgraph.flowchart.terminator;whiteSpace=wrap;fillColor=#d5e8d4;gradientColor=#97d077;strokeColor=#82b366;" value="&lt;font style=&quot;font-size: 13px;&quot;&gt;&lt;b&gt;END&lt;/b&gt;&lt;/font&gt;" vertex="1">
+         <mxCell id="dAGMuh-EUK1Y8pTE6-PC-8" parent="VSqCA1LAcqbEIX1a-AIG-1" style="strokeWidth=2;html=1;shape=mxgraph.flowchart.terminator;whiteSpace=wrap;fillColor=#d5e8d4;gradientColor=#97d077;strokeColor=#66B2FF;" value="&lt;font style=&quot;font-size: 13px; color: rgb(0, 0, 255);&quot;&gt;&lt;b&gt;END&lt;/b&gt;&lt;/font&gt;" vertex="1">
          <mxGeometry height="45" width="90" x="980" y="50" as="geometry" />
        </mxCell>
-         <mxCell id="dAGMuh-EUK1Y8pTE6-PC-9" edge="1" parent="VSqCA1LAcqbEIX1a-AIG-1" source="dAGMuh-EUK1Y8pTE6-PC-6" style="edgeStyle=orthogonalEdgeStyle;rounded=0;orthogonalLoop=1;jettySize=auto;html=1;exitX=1;exitY=0.5;exitDx=0;exitDy=0;entryX=0.111;entryY=0.556;entryDx=0;entryDy=0;entryPerimeter=0;" target="dAGMuh-EUK1Y8pTE6-PC-8">
+         <mxCell id="dAGMuh-EUK1Y8pTE6-PC-9" edge="1" parent="VSqCA1LAcqbEIX1a-AIG-1" source="dAGMuh-EUK1Y8pTE6-PC-6" style="edgeStyle=orthogonalEdgeStyle;rounded=0;orthogonalLoop=1;jettySize=auto;html=1;exitX=1;exitY=0.5;exitDx=0;exitDy=0;entryX=0.111;entryY=0.556;entryDx=0;entryDy=0;entryPerimeter=0;strokeColor=#0000FF;" target="dAGMuh-EUK1Y8pTE6-PC-8">
          <mxGeometry relative="1" as="geometry" />
        </mxCell>
        <mxCell id="dAGMuh-EUK1Y8pTE6-PC-10" edge="1" parent="1" source="JTW380UVqBL9k5zzlviH-1" style="edgeStyle=orthogonalEdgeStyle;rounded=0;orthogonalLoop=1;jettySize=auto;html=1;exitX=0.5;exitY=1;exitDx=0;exitDy=0;entryX=0.5;entryY=0;entryDx=0;entryDy=0;strokeColor=#0000FF;strokeWidth=3;" target="2IOCe_ZcG10jMQKezpJ2-1">
          <mxGeometry relative="1" as="geometry" />
        </mxCell>
      </root>
    </mxGraphModel>
  </diagram>
</mxfile>
